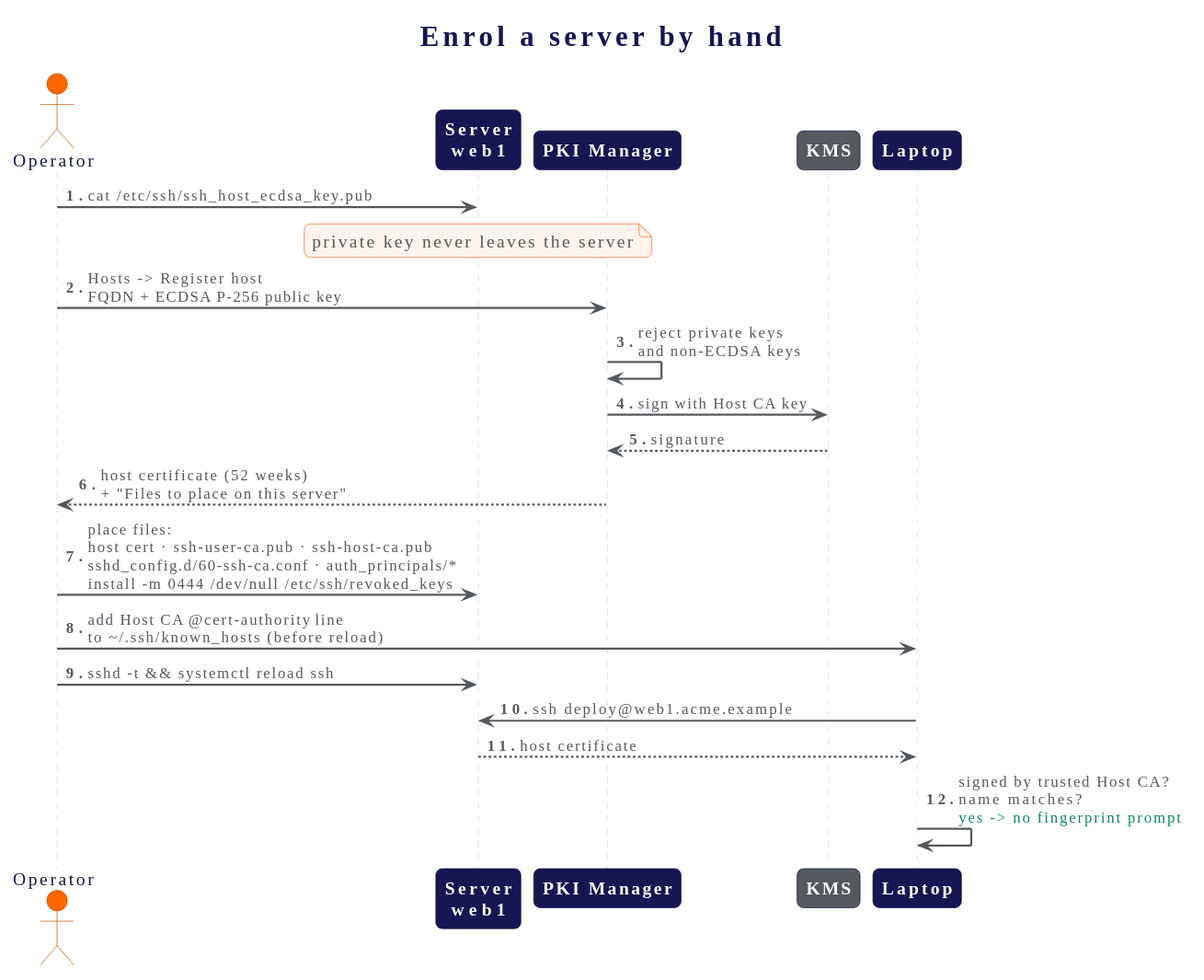
Earlier version of the PlantUML export docs/ssh/explainer/diagrams/svg/04-host-enrolment.svg (oriolrius/pki-manager-web).
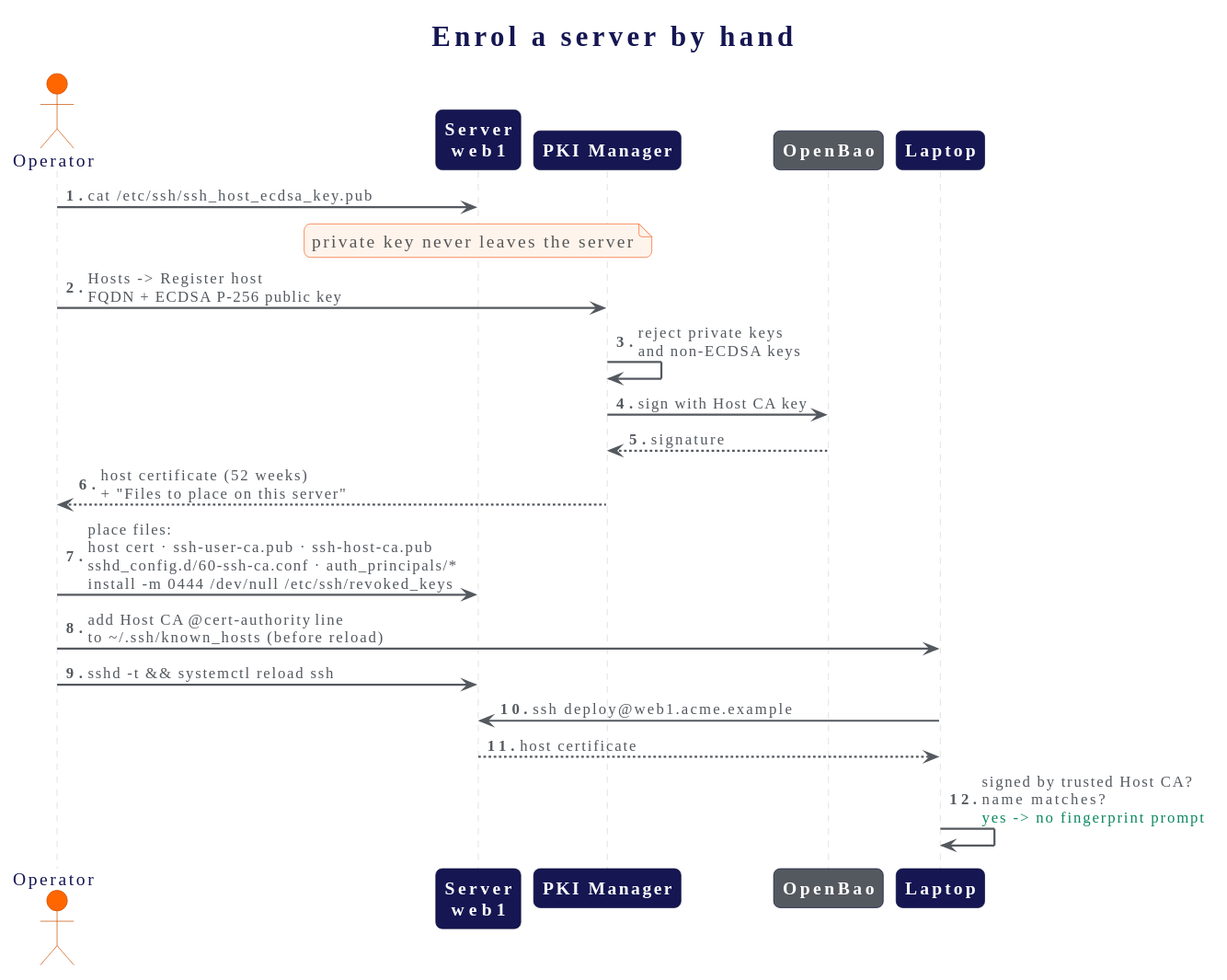
Later version of the same file.

Diff of the diagram source:
```diff
@@ -162,7 +162,7 @@
 actor "Operator" as op
 participant "Server\nweb1" as srv
 participant "PKI Manager" as pki
-participant "KMS" as kms #54595F
+participant "OpenBao" as kms #54595F
 participant "Laptop" as lap
 
 op -> srv : ""cat /etc/ssh/ssh_host_ecdsa_key.pub""
```
